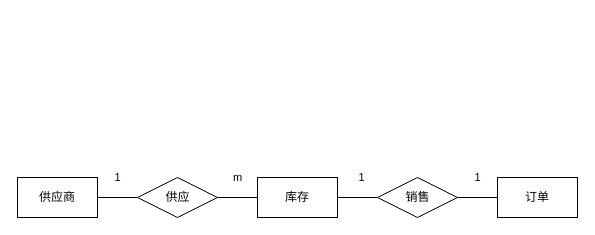
Earlier version of the draw.io diagram graph/3-13.drawio (NTMRWSB/SQL-Project_MR). Source tidied: cells renumbered, new cells numbered last; positions are measured from the earlier drawing's top-left corner, leaving out a move shared by most shapes. Both pictures are drawn from the tidied source at 100%, with x=0, y=0 at pixel (17, 167).
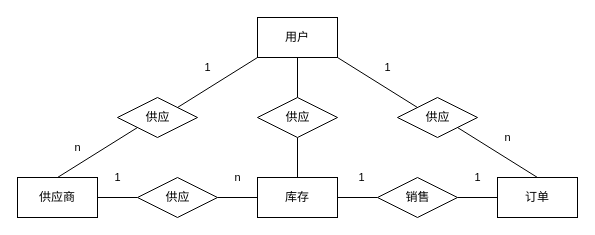
After the change.

Unchanged cells that the change refers to:
```xml
<mxCell id="2" value="供应商" style="rounded=0;whiteSpace=wrap;html=1;" parent="1" vertex="1">
  <mxGeometry y="10" width="80" height="40" as="geometry" />
</mxCell>
<mxCell id="3" value="库存" style="rounded=0;whiteSpace=wrap;html=1;" parent="1" vertex="1">
  <mxGeometry x="240" y="10" width="80" height="40" as="geometry" />
</mxCell>
<mxCell id="4" value="订单" style="rounded=0;whiteSpace=wrap;html=1;" parent="1" vertex="1">
  <mxGeometry x="480" y="10" width="80" height="40" as="geometry" />
</mxCell>
```

Change to the diagram source:
```diff
@@
-    <mxCell id="12" value="m" style="text;html=1;align=center;verticalAlign=middle;strokeColor=none;fillColor=none;fontSize=11;fontFamily=Helvetica;fontColor=default;" parent="1" vertex="1">
+    <mxCell id="12" value="n" style="text;html=1;align=center;verticalAlign=middle;strokeColor=none;fillColor=none;fontSize=11;fontFamily=Helvetica;fontColor=default;" parent="1" vertex="1">
       <mxGeometry x="210" width="20" height="20" as="geometry" />
     </mxCell>
@@
+    <mxCell id="15" style="edgeStyle=none;html=1;exitX=0.5;exitY=1;exitDx=0;exitDy=0;entryX=0.5;entryY=0;entryDx=0;entryDy=0;endArrow=none;" parent="1" edge="1" source="18" target="22">
+      <mxGeometry relative="1" as="geometry" />
+    </mxCell>
+    <mxCell id="16" style="edgeStyle=none;html=1;exitX=0;exitY=1;exitDx=0;exitDy=0;entryX=1;entryY=0;entryDx=0;entryDy=0;endArrow=none;" parent="1" edge="1" source="18" target="24">
+      <mxGeometry relative="1" as="geometry" />
+    </mxCell>
+    <mxCell id="17" style="edgeStyle=none;html=1;exitX=1;exitY=1;exitDx=0;exitDy=0;entryX=0;entryY=0;entryDx=0;entryDy=0;endArrow=none;" parent="1" edge="1" source="18" target="20">
+      <mxGeometry relative="1" as="geometry" />
+    </mxCell>
+    <mxCell id="18" value="用户" style="rounded=0;whiteSpace=wrap;html=1;" parent="1" vertex="1">
+      <mxGeometry x="240" y="-150" width="80" height="40" as="geometry" />
+    </mxCell>
+    <mxCell id="19" style="edgeStyle=none;html=1;exitX=1;exitY=1;exitDx=0;exitDy=0;entryX=0.5;entryY=0;entryDx=0;entryDy=0;endArrow=none;" parent="1" edge="1" source="20" target="4">
+      <mxGeometry relative="1" as="geometry" />
+    </mxCell>
+    <mxCell id="20" value="供应" style="shape=rhombus;html=1;dashed=0;whitespace=wrap;perimeter=rhombusPerimeter;" parent="1" vertex="1">
+      <mxGeometry x="380" y="-70" width="80" height="40" as="geometry" />
+    </mxCell>
+    <mxCell id="21" style="edgeStyle=none;shape=connector;rounded=1;html=1;exitX=0.5;exitY=1;exitDx=0;exitDy=0;entryX=0.5;entryY=0;entryDx=0;entryDy=0;labelBackgroundColor=default;fontFamily=Helvetica;fontSize=11;fontColor=default;endArrow=none;strokeColor=default;" parent="1" edge="1" source="22" target="3">
+      <mxGeometry relative="1" as="geometry" />
+    </mxCell>
+    <mxCell id="22" value="供应" style="shape=rhombus;html=1;dashed=0;whitespace=wrap;perimeter=rhombusPerimeter;" parent="1" vertex="1">
+      <mxGeometry x="240" y="-70" width="80" height="40" as="geometry" />
+    </mxCell>
+    <mxCell id="23" style="edgeStyle=none;html=1;exitX=0;exitY=1;exitDx=0;exitDy=0;entryX=0.5;entryY=0;entryDx=0;entryDy=0;endArrow=none;" parent="1" edge="1" source="24" target="2">
+      <mxGeometry relative="1" as="geometry" />
+    </mxCell>
+    <mxCell id="24" value="供应" style="shape=rhombus;html=1;dashed=0;whitespace=wrap;perimeter=rhombusPerimeter;" parent="1" vertex="1">
+      <mxGeometry x="100" y="-70" width="80" height="40" as="geometry" />
+    </mxCell>
+    <mxCell id="25" value="1" style="text;html=1;align=center;verticalAlign=middle;strokeColor=none;fillColor=none;fontSize=11;fontFamily=Helvetica;fontColor=default;" parent="1" vertex="1">
+      <mxGeometry x="180" y="-110" width="20" height="20" as="geometry" />
+    </mxCell>
+    <mxCell id="26" value="n" style="text;html=1;align=center;verticalAlign=middle;strokeColor=none;fillColor=none;fontSize=11;fontFamily=Helvetica;fontColor=default;" parent="1" vertex="1">
+      <mxGeometry x="50" y="-30" width="20" height="20" as="geometry" />
+    </mxCell>
+    <mxCell id="27" value="1" style="text;html=1;align=center;verticalAlign=middle;strokeColor=none;fillColor=none;fontSize=11;fontFamily=Helvetica;fontColor=default;" parent="1" vertex="1">
+      <mxGeometry x="360" y="-110" width="20" height="20" as="geometry" />
+    </mxCell>
+    <mxCell id="28" value="n" style="text;html=1;align=center;verticalAlign=middle;strokeColor=none;fillColor=none;fontSize=11;fontFamily=Helvetica;fontColor=default;" parent="1" vertex="1">
+      <mxGeometry x="480" y="-40" width="20" height="20" as="geometry" />
+    </mxCell>
```
